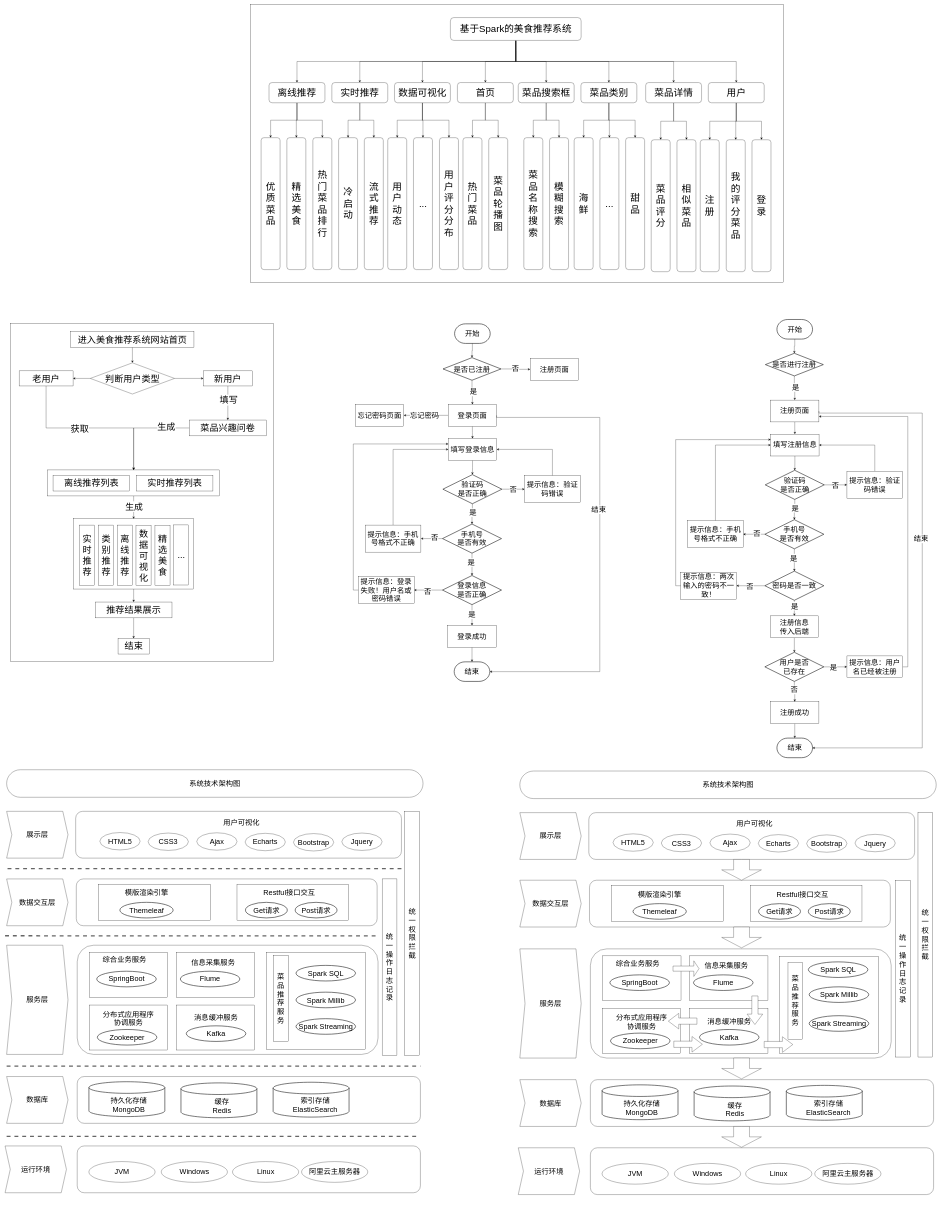
Before: 美食推荐系统.drawio in linrushao/drawing, a draw.io diagram. Source tidied: cells renumbered, new cells numbered last; positions are measured from the earlier drawing's top-left corner, leaving out a move shared by most shapes. Both pictures are drawn from the tidied source at 26%, with x=0, y=0 at pixel (5, 4).
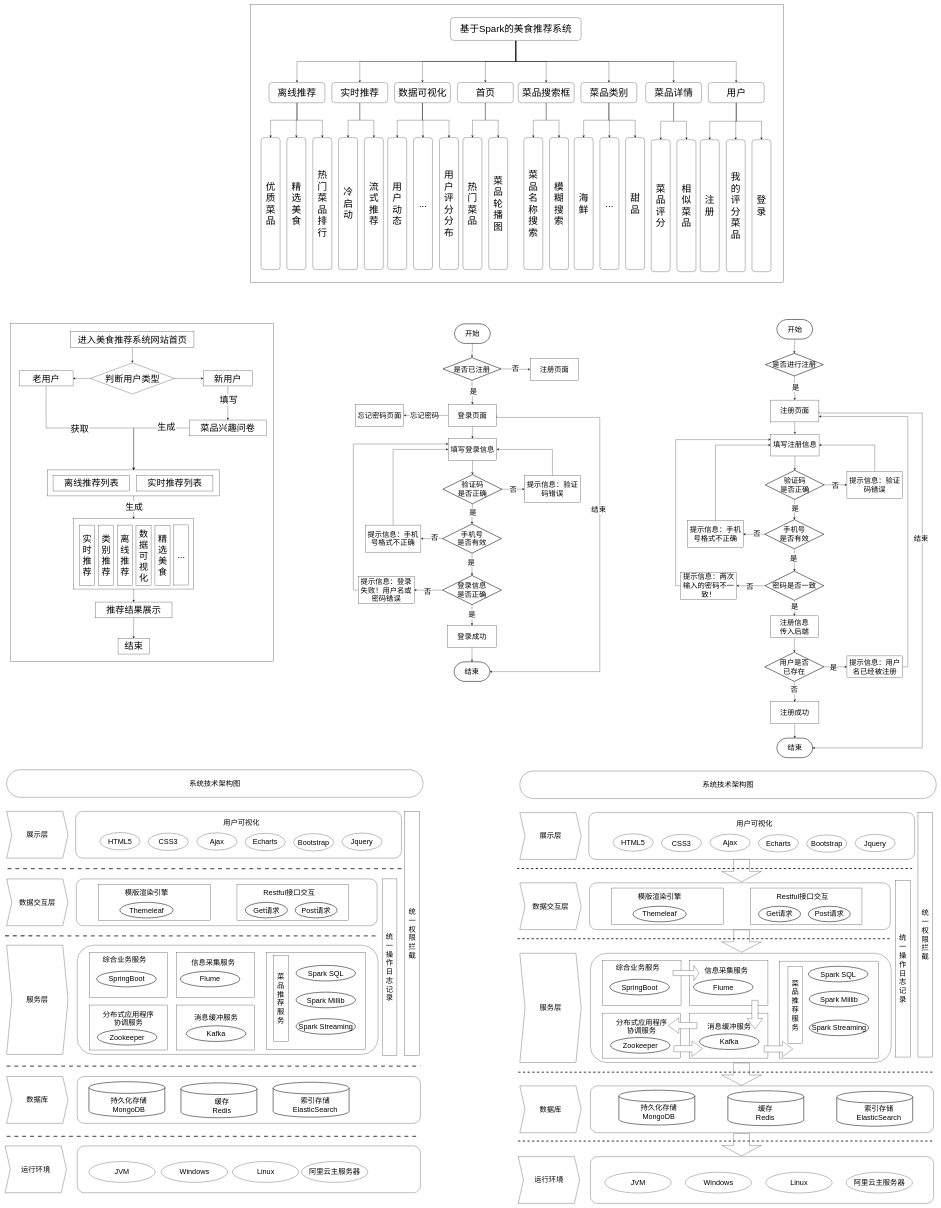
The same diagram, later.

Commit message (it also covers changes not shown here):
更新美食推荐系统.drawio

Diff of the diagram source:
```diff
@@
     <mxCell id="234" style="rounded=1;whiteSpace=wrap;html=1;" parent="1" vertex="1">
-      <mxGeometry x="2247.8" y="3368" width="1157" height="180" as="geometry" />
+      <mxGeometry x="2247.8" y="3378" width="1157" height="180" as="geometry" />
     </mxCell>
@@
     <mxCell id="236" value="数据交互层" style="shape=step;perimeter=stepPerimeter;whiteSpace=wrap;html=1;fixedSize=1;dashed=0;fontSize=28;" parent="1" vertex="1">
-      <mxGeometry x="1979.8" y="3368" width="236" height="180" as="geometry" />
+      <mxGeometry x="1979.8" y="3378" width="236" height="180" as="geometry" />
     </mxCell>
     <mxCell id="237" value="服务层" style="shape=step;perimeter=stepPerimeter;whiteSpace=wrap;html=1;fixedSize=1;dashed=0;fontSize=28;" parent="1" vertex="1">
-      <mxGeometry x="1979.8" y="3632" width="236" height="420" as="geometry" />
+      <mxGeometry x="1979.8" y="3649" width="236" height="420" as="geometry" />
     </mxCell>
     <mxCell id="238" value="运行环境" style="shape=step;perimeter=stepPerimeter;whiteSpace=wrap;html=1;fixedSize=1;dashed=0;fontSize=28;" parent="1" vertex="1">
-      <mxGeometry x="1973.8" y="4397" width="236" height="180" as="geometry" />
+      <mxGeometry x="1973.8" y="4431" width="236" height="180" as="geometry" />
     </mxCell>
     <mxCell id="239" value="数据库" style="shape=step;perimeter=stepPerimeter;whiteSpace=wrap;html=1;fixedSize=1;dashed=0;fontSize=28;" parent="1" vertex="1">
-      <mxGeometry x="1979.8" y="4135" width="236" height="180" as="geometry" />
+      <mxGeometry x="1979.8" y="4159" width="236" height="180" as="geometry" />
     </mxCell>
@@
     <mxCell id="247" style="rounded=1;whiteSpace=wrap;html=1;" parent="1" vertex="1">
-      <mxGeometry x="2251.2" y="3632" width="1157" height="420" as="geometry" />
+      <mxGeometry x="2251.2" y="3649" width="1157" height="420" as="geometry" />
     </mxCell>
     <mxCell id="248" style="rounded=1;whiteSpace=wrap;html=1;" parent="1" vertex="1">
-      <mxGeometry x="2251.2" y="4135" width="1320" height="180" as="geometry" />
+      <mxGeometry x="2251.2" y="4159" width="1320" height="180" as="geometry" />
     </mxCell>
     <mxCell id="249" style="strokeWidth=2;html=1;shape=mxgraph.flowchart.database;whiteSpace=wrap;fontSize=28;" parent="1" vertex="1">
-      <mxGeometry x="2296.2" y="4155" width="292" height="134" as="geometry" />
+      <mxGeometry x="2360.8" y="4175.5" width="292" height="134" as="geometry" />
     </mxCell>
     <mxCell id="250" style="strokeWidth=2;html=1;shape=mxgraph.flowchart.database;whiteSpace=wrap;fontSize=28;" parent="1" vertex="1">
-      <mxGeometry x="2650.2" y="4159.5" width="292" height="134" as="geometry" />
+      <mxGeometry x="2780" y="4178" width="292" height="134" as="geometry" />
     </mxCell>
     <mxCell id="251" style="strokeWidth=2;html=1;shape=mxgraph.flowchart.database;whiteSpace=wrap;fontSize=28;" parent="1" vertex="1">
-      <mxGeometry x="3004.8" y="4157" width="292" height="134" as="geometry" />
+      <mxGeometry x="3199" y="4180" width="292" height="134" as="geometry" />
     </mxCell>
     <mxCell id="252" style="rounded=1;whiteSpace=wrap;html=1;" parent="1" vertex="1">
-      <mxGeometry x="2251.2" y="4397" width="1320" height="180" as="geometry" />
+      <mxGeometry x="2251.2" y="4431" width="1320" height="180" as="geometry" />
     </mxCell>
     <mxCell id="253" value="JVM" style="ellipse;whiteSpace=wrap;html=1;fontSize=28;" parent="1" vertex="1">
-      <mxGeometry x="2296" y="4457" width="255" height="80" as="geometry" />
+      <mxGeometry x="2307" y="4491" width="255" height="80" as="geometry" />
     </mxCell>
     <mxCell id="254" value="Windows" style="ellipse;whiteSpace=wrap;html=1;fontSize=28;" parent="1" vertex="1">
-      <mxGeometry x="2574.2" y="4457" width="255" height="80" as="geometry" />
+      <mxGeometry x="2616" y="4491" width="255" height="80" as="geometry" />
     </mxCell>
     <mxCell id="255" value="Linux" style="ellipse;whiteSpace=wrap;html=1;fontSize=28;" parent="1" vertex="1">
-      <mxGeometry x="2848.2" y="4457" width="255" height="80" as="geometry" />
+      <mxGeometry x="2926" y="4491" width="255" height="80" as="geometry" />
     </mxCell>
@@
     <mxCell id="257" style="rounded=0;whiteSpace=wrap;html=1;" parent="1" vertex="1">
-      <mxGeometry x="2297.8" y="3659" width="302" height="173" as="geometry" />
+      <mxGeometry x="2297.8" y="3676" width="302" height="173" as="geometry" />
     </mxCell>
     <mxCell id="258" value="综合业务服务" style="text;html=1;strokeColor=none;fillColor=none;align=center;verticalAlign=middle;whiteSpace=wrap;rounded=0;fontSize=28;" parent="1" vertex="1">
-      <mxGeometry x="2247.8" y="3672" width="371" height="30" as="geometry" />
+      <mxGeometry x="2247.8" y="3689" width="371" height="30" as="geometry" />
     </mxCell>
     <mxCell id="259" value="SpringBoot" style="strokeWidth=2;html=1;shape=mxgraph.flowchart.start_1;whiteSpace=wrap;fontSize=28;" parent="1" vertex="1">
-      <mxGeometry x="2326.2" y="3732" width="229" height="60" as="geometry" />
+      <mxGeometry x="2326.2" y="3749" width="229" height="60" as="geometry" />
     </mxCell>
     <mxCell id="260" style="rounded=0;whiteSpace=wrap;html=1;" parent="1" vertex="1">
-      <mxGeometry x="2632.2" y="3862" width="302" height="173" as="geometry" />
+      <mxGeometry x="2632.2" y="3879" width="302" height="173" as="geometry" />
     </mxCell>
     <mxCell id="261" value="消息缓冲服务" style="text;html=1;strokeColor=none;fillColor=none;align=center;verticalAlign=middle;whiteSpace=wrap;rounded=0;fontSize=28;" parent="1" vertex="1">
-      <mxGeometry x="2599.8" y="3897" width="371" height="30" as="geometry" />
+      <mxGeometry x="2599.8" y="3914" width="371" height="30" as="geometry" />
     </mxCell>
     <mxCell id="262" value="Kafka" style="strokeWidth=2;html=1;shape=mxgraph.flowchart.start_1;whiteSpace=wrap;fontSize=28;" parent="1" vertex="1">
-      <mxGeometry x="2670.8" y="3942" width="229" height="60" as="geometry" />
+      <mxGeometry x="2670.8" y="3959" width="229" height="60" as="geometry" />
     </mxCell>
     <mxCell id="263" style="rounded=0;whiteSpace=wrap;html=1;" parent="1" vertex="1">
-      <mxGeometry x="2632.2" y="3659" width="302" height="173" as="geometry" />
+      <mxGeometry x="2632.2" y="3676" width="302" height="173" as="geometry" />
     </mxCell>
     <mxCell id="264" value="信息采集服务" style="text;html=1;strokeColor=none;fillColor=none;align=center;verticalAlign=middle;whiteSpace=wrap;rounded=0;fontSize=28;" parent="1" vertex="1">
-      <mxGeometry x="2588.5" y="3682" width="371" height="30" as="geometry" />
+      <mxGeometry x="2588.5" y="3699" width="371" height="30" as="geometry" />
     </mxCell>
     <mxCell id="265" value="Flume" style="strokeWidth=2;html=1;shape=mxgraph.flowchart.start_1;whiteSpace=wrap;fontSize=28;" parent="1" vertex="1">
-      <mxGeometry x="2647.8" y="3732" width="229" height="60" as="geometry" />
+      <mxGeometry x="2647.8" y="3749" width="229" height="60" as="geometry" />
     </mxCell>
     <mxCell id="266" style="rounded=0;whiteSpace=wrap;html=1;" parent="1" vertex="1">
-      <mxGeometry x="2297.2" y="3862" width="302" height="173" as="geometry" />
+      <mxGeometry x="2297.2" y="3879" width="302" height="173" as="geometry" />
     </mxCell>
     <mxCell id="267" value="分布式应用程序协调服务" style="text;html=1;strokeColor=none;fillColor=none;align=center;verticalAlign=middle;whiteSpace=wrap;rounded=0;fontSize=28;" parent="1" vertex="1">
-      <mxGeometry x="2346" y="3879" width="204.5" height="70" as="geometry" />
+      <mxGeometry x="2346" y="3896" width="204.5" height="70" as="geometry" />
     </mxCell>
     <mxCell id="268" value="Zookeeper" style="strokeWidth=2;html=1;shape=mxgraph.flowchart.start_1;whiteSpace=wrap;fontSize=28;" parent="1" vertex="1">
-      <mxGeometry x="2328.5" y="3956" width="229" height="60" as="geometry" />
+      <mxGeometry x="2328.5" y="3973" width="229" height="60" as="geometry" />
     </mxCell>
     <mxCell id="269" style="rounded=0;whiteSpace=wrap;html=1;" parent="1" vertex="1">
-      <mxGeometry x="2979.5" y="3662" width="380" height="373" as="geometry" />
+      <mxGeometry x="2979.5" y="3679" width="380" height="373" as="geometry" />
     </mxCell>
     <mxCell id="270" value="Spark SQL" style="strokeWidth=2;html=1;shape=mxgraph.flowchart.start_1;whiteSpace=wrap;fontSize=28;" parent="1" vertex="1">
-      <mxGeometry x="3089.5" y="3682" width="229" height="60" as="geometry" />
+      <mxGeometry x="3089.5" y="3699" width="229" height="60" as="geometry" />
     </mxCell>
     <mxCell id="271" value="Spark Streaming" style="strokeWidth=2;html=1;shape=mxgraph.flowchart.start_1;whiteSpace=wrap;fontSize=28;" parent="1" vertex="1">
-      <mxGeometry x="3092.8" y="3889" width="229" height="60" as="geometry" />
+      <mxGeometry x="3092.8" y="3906" width="229" height="60" as="geometry" />
     </mxCell>
     <mxCell id="272" value="Spark Millib" style="strokeWidth=2;html=1;shape=mxgraph.flowchart.start_1;whiteSpace=wrap;fontSize=28;" parent="1" vertex="1">
-      <mxGeometry x="3092.8" y="3778" width="229" height="60" as="geometry" />
+      <mxGeometry x="3092.8" y="3795" width="229" height="60" as="geometry" />
     </mxCell>
     <mxCell id="273" value="菜品推荐服务" style="rounded=0;whiteSpace=wrap;html=1;fontSize=28;" parent="1" vertex="1">
-      <mxGeometry x="3011.2" y="3683.5" width="57" height="296" as="geometry" />
+      <mxGeometry x="3011.2" y="3700.5" width="57" height="296" as="geometry" />
     </mxCell>
@@
     <mxCell id="277" style="rounded=0;whiteSpace=wrap;html=1;" parent="1" vertex="1">
-      <mxGeometry x="2333" y="3388" width="430" height="140" as="geometry" />
+      <mxGeometry x="2333" y="3398" width="430" height="140" as="geometry" />
     </mxCell>
     <mxCell id="278" value="模版渲染引擎" style="text;html=1;strokeColor=none;fillColor=none;align=center;verticalAlign=middle;whiteSpace=wrap;rounded=0;fontSize=28;" parent="1" vertex="1">
-      <mxGeometry x="2332.2" y="3407" width="371" height="30" as="geometry" />
+      <mxGeometry x="2332.2" y="3417" width="371" height="30" as="geometry" />
     </mxCell>
     <mxCell id="279" value="Themeleaf" style="strokeWidth=2;html=1;shape=mxgraph.flowchart.start_1;whiteSpace=wrap;fontSize=28;" parent="1" vertex="1">
-      <mxGeometry x="2415.2" y="3458" width="205" height="60" as="geometry" />
+      <mxGeometry x="2415.2" y="3468" width="205" height="60" as="geometry" />
     </mxCell>
     <mxCell id="280" style="rounded=0;whiteSpace=wrap;html=1;" parent="1" vertex="1">
-      <mxGeometry x="2865.8" y="3388" width="430" height="140" as="geometry" />
+      <mxGeometry x="2865.8" y="3398" width="430" height="140" as="geometry" />
     </mxCell>
     <mxCell id="281" value="Restful接口交互" style="text;html=1;strokeColor=none;fillColor=none;align=center;verticalAlign=middle;whiteSpace=wrap;rounded=0;fontSize=28;" parent="1" vertex="1">
-      <mxGeometry x="2881.8" y="3407" width="371" height="30" as="geometry" />
+      <mxGeometry x="2881.8" y="3417" width="371" height="30" as="geometry" />
     </mxCell>
     <mxCell id="282" value="Get请求" style="strokeWidth=2;html=1;shape=mxgraph.flowchart.start_1;whiteSpace=wrap;fontSize=28;" parent="1" vertex="1">
-      <mxGeometry x="2898.2" y="3458" width="161" height="60" as="geometry" />
+      <mxGeometry x="2898.2" y="3468" width="161" height="60" as="geometry" />
     </mxCell>
     <mxCell id="283" value="Post请求" style="strokeWidth=2;html=1;shape=mxgraph.flowchart.start_1;whiteSpace=wrap;fontSize=28;" parent="1" vertex="1">
-      <mxGeometry x="3089.5" y="3458" width="161" height="60" as="geometry" />
+      <mxGeometry x="3089.5" y="3468" width="161" height="60" as="geometry" />
     </mxCell>
     <mxCell id="284" value="持久化存储&lt;br style=&quot;border-color: var(--border-color); font-size: 28px;&quot;&gt;&lt;span style=&quot;font-size: 28px;&quot;&gt;MongoDB&lt;/span&gt;" style="text;html=1;strokeColor=none;fillColor=none;align=center;verticalAlign=middle;whiteSpace=wrap;rounded=0;fontSize=28;" parent="1" vertex="1">
-      <mxGeometry x="2364.2" y="4190" width="170" height="110" as="geometry" />
+      <mxGeometry x="2428.8" y="4204.5" width="170" height="110" as="geometry" />
     </mxCell>
     <mxCell id="285" value="缓存&lt;br style=&quot;border-color: var(--border-color);&quot;&gt;Redis" style="text;html=1;strokeColor=none;fillColor=none;align=center;verticalAlign=middle;whiteSpace=wrap;rounded=0;fontSize=28;" parent="1" vertex="1">
-      <mxGeometry x="2722.2" y="4195" width="170" height="110" as="geometry" />
+      <mxGeometry x="2839.2" y="4208" width="170" height="110" as="geometry" />
     </mxCell>
     <mxCell id="286" value="索引存储&lt;br style=&quot;border-color: var(--border-color);&quot;&gt;ElasticSearch" style="text;html=1;strokeColor=none;fillColor=none;align=center;verticalAlign=middle;whiteSpace=wrap;rounded=0;fontSize=28;" parent="1" vertex="1">
-      <mxGeometry x="3081.8" y="4190" width="170" height="110" as="geometry" />
+      <mxGeometry x="3276" y="4208" width="170" height="110" as="geometry" />
     </mxCell>
     <mxCell id="287" value="阿里云主服务器" style="ellipse;whiteSpace=wrap;html=1;fontSize=28;" parent="1" vertex="1">
-      <mxGeometry x="3114" y="4457" width="255" height="80" as="geometry" />
+      <mxGeometry x="3235" y="4491" width="255" height="80" as="geometry" />
     </mxCell>
     <mxCell id="288" style="html=1;shadow=0;dashed=0;align=center;verticalAlign=middle;shape=mxgraph.arrows2.arrow;dy=0.6;dx=40;direction=south;notch=0;" parent="1" vertex="1">
-      <mxGeometry x="2756.2" y="3288" width="152.8" height="80" as="geometry" />
+      <mxGeometry x="2756.2" y="3288" width="152.8" height="86" as="geometry" />
     </mxCell>
     <mxCell id="289" style="html=1;shadow=0;dashed=0;align=center;verticalAlign=middle;shape=mxgraph.arrows2.arrow;dy=0.6;dx=40;direction=south;notch=0;" parent="1" vertex="1">
-      <mxGeometry x="2756.2" y="3548" width="152.8" height="80" as="geometry" />
+      <mxGeometry x="2756.2" y="3559" width="152.8" height="86" as="geometry" />
     </mxCell>
     <mxCell id="290" style="html=1;shadow=0;dashed=0;align=center;verticalAlign=middle;shape=mxgraph.arrows2.arrow;dy=0.6;dx=40;direction=south;notch=0;" parent="1" vertex="1">
-      <mxGeometry x="2756.2" y="4052" width="152.8" height="80" as="geometry" />
+      <mxGeometry x="2756.2" y="4071" width="152.8" height="86" as="geometry" />
     </mxCell>
     <mxCell id="291" style="html=1;shadow=0;dashed=0;align=center;verticalAlign=middle;shape=mxgraph.arrows2.arrow;dy=0.6;dx=40;direction=south;notch=0;" parent="1" vertex="1">
-      <mxGeometry x="2756.2" y="4315" width="152.8" height="80" as="geometry" />
+      <mxGeometry x="2756.2" y="4342" width="152.8" height="86" as="geometry" />
     </mxCell>
     <mxCell id="292" style="html=1;shadow=0;dashed=0;align=center;verticalAlign=middle;shape=mxgraph.arrows2.arrow;dy=0.67;dx=20;notch=0;" parent="1" vertex="1">
-      <mxGeometry x="2569" y="3678" width="100" height="60" as="geometry" />
+      <mxGeometry x="2569" y="3695" width="100" height="60" as="geometry" />
     </mxCell>
     <mxCell id="293" style="html=1;shadow=0;dashed=0;align=center;verticalAlign=middle;shape=mxgraph.arrows2.arrow;dy=0.6;dx=40;notch=0;" parent="1" vertex="1">
-      <mxGeometry x="2572" y="3969" width="110" height="60" as="geometry" />
+      <mxGeometry x="2572" y="3986" width="110" height="60" as="geometry" />
     </mxCell>
     <mxCell id="294" style="html=1;shadow=0;dashed=0;align=center;verticalAlign=middle;shape=mxgraph.arrows2.arrow;dy=0.6;dx=40;flipH=1;notch=0;" parent="1" vertex="1">
-      <mxGeometry x="2551" y="3880" width="110" height="60" as="geometry" />
+      <mxGeometry x="2551" y="3897" width="110" height="60" as="geometry" />
     </mxCell>
     <mxCell id="295" style="html=1;shadow=0;dashed=0;align=center;verticalAlign=middle;shape=mxgraph.arrows2.arrow;dy=0.6;dx=40;notch=0;" parent="1" vertex="1">
-      <mxGeometry x="2919.8" y="3970" width="110" height="60" as="geometry" />
+      <mxGeometry x="2919.8" y="3987" width="110" height="60" as="geometry" />
     </mxCell>
     <mxCell id="296" style="html=1;shadow=0;dashed=0;align=center;verticalAlign=middle;shape=mxgraph.arrows2.arrow;dy=0.6;dx=40;direction=south;notch=0;" parent="1" vertex="1">
-      <mxGeometry x="2854" y="3813" width="60" height="110" as="geometry" />
+      <mxGeometry x="2854" y="3830" width="60" height="110" as="geometry" />
     </mxCell>
+    <mxCell id="297" style="endArrow=none;html=1;rounded=0;dashed=1;strokeWidth=3;" parent="1" edge="1">
+      <mxGeometry relative="1" as="geometry">
+        <mxPoint x="1969" y="3323" as="sourcePoint" />
+        <mxPoint x="3489" y="3323" as="targetPoint" />
+      </mxGeometry>
+    </mxCell>
+    <mxCell id="298" style="endArrow=none;html=1;rounded=0;dashed=1;strokeWidth=3;" parent="1" edge="1">
+      <mxGeometry relative="1" as="geometry">
+        <mxPoint x="1971" y="3593" as="sourcePoint" />
+        <mxPoint x="3409" y="3593" as="targetPoint" />
+      </mxGeometry>
+    </mxCell>
+    <mxCell id="299" style="endArrow=none;html=1;rounded=0;dashed=1;strokeWidth=3;" parent="1" edge="1">
+      <mxGeometry relative="1" as="geometry">
+        <mxPoint x="1973.8" y="4106.3" as="sourcePoint" />
+        <mxPoint x="3569" y="4106" as="targetPoint" />
+      </mxGeometry>
+    </mxCell>
+    <mxCell id="300" style="endArrow=none;html=1;rounded=0;dashed=1;strokeWidth=3;" parent="1" edge="1">
+      <mxGeometry relative="1" as="geometry">
+        <mxPoint x="1973" y="4371.3" as="sourcePoint" />
+        <mxPoint x="3568.2" y="4371" as="targetPoint" />
+      </mxGeometry>
+    </mxCell>
```
